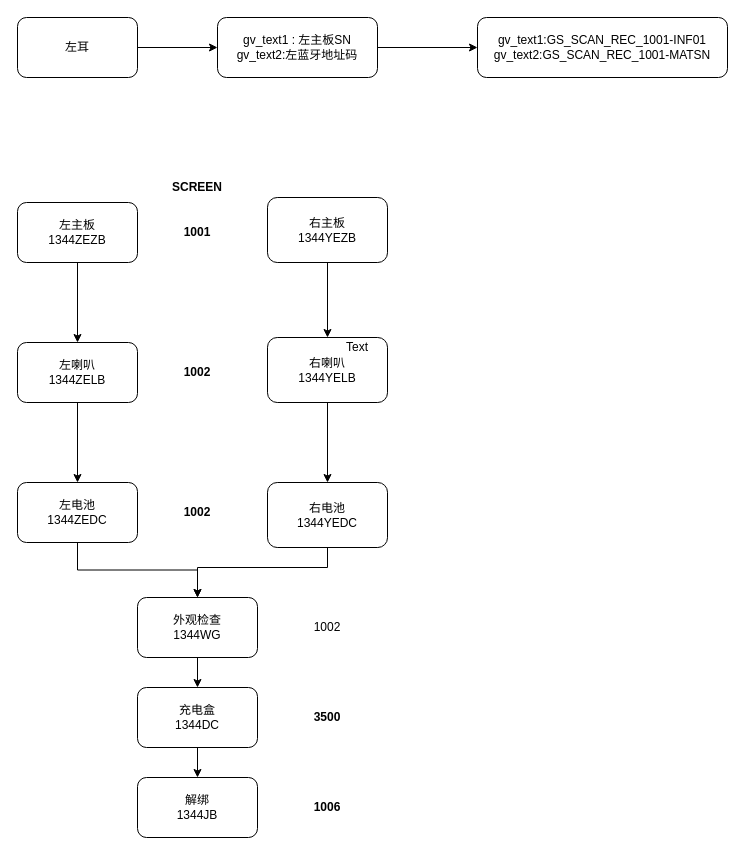
Earlier version of the draw.io diagram 1344.drawio (jax-pzh/abap_test). Source tidied: cells renumbered, new cells numbered last; positions are measured from the earlier drawing's top-left corner, leaving out a move shared by most shapes. Both pictures are drawn from the tidied source at 100%, with x=0, y=0 at pixel (17, 17).
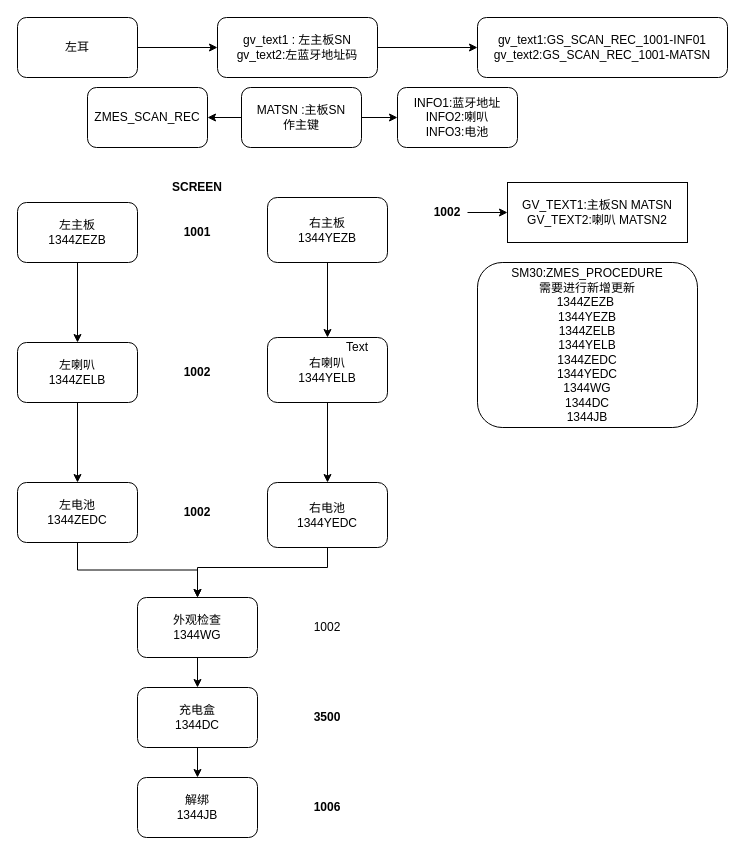
The same page after the edit.

Diff of the diagram source:
```diff
@@
+    <mxCell id="32" style="edgeStyle=orthogonalEdgeStyle;rounded=0;jettySize=auto;html=1;" parent="1" edge="1" source="33" target="34">
+      <mxGeometry relative="1" as="geometry" />
+    </mxCell>
+    <mxCell id="33" value="1002" style="text;html=1;strokeColor=none;fillColor=none;align=center;verticalAlign=middle;whiteSpace=wrap;rounded=0;fontStyle=1;" parent="1" vertex="1">
+      <mxGeometry x="410" y="185" width="40" height="20" as="geometry" />
+    </mxCell>
+    <mxCell id="34" value="GV_TEXT1:主板SN MATSN&lt;br&gt;GV_TEXT2:喇叭 MATSN2" style="whiteSpace=wrap;html=1;" parent="1" vertex="1">
+      <mxGeometry x="490" y="165" width="180" height="60" as="geometry" />
+    </mxCell>
+    <mxCell id="35" value="SM30:ZMES_PROCEDURE&lt;br&gt;需要进行新增更新&lt;br&gt;1344ZEZB&amp;nbsp;&lt;br&gt;1344YEZB&lt;br&gt;1344ZELB&lt;br&gt;1344YELB&lt;br&gt;1344ZEDC&lt;br&gt;1344YEDC&lt;br&gt;1344WG&lt;br&gt;1344DC&lt;br&gt;1344JB" style="rounded=1;whiteSpace=wrap;html=1;" parent="1" vertex="1">
+      <mxGeometry x="460" y="245" width="220" height="165" as="geometry" />
+    </mxCell>
+    <mxCell id="36" style="edgeStyle=orthogonalEdgeStyle;rounded=0;jettySize=auto;html=1;" parent="1" edge="1" source="38" target="39">
+      <mxGeometry relative="1" as="geometry" />
+    </mxCell>
+    <mxCell id="37" style="edgeStyle=orthogonalEdgeStyle;rounded=0;jettySize=auto;html=1;" parent="1" edge="1" source="38" target="40">
+      <mxGeometry relative="1" as="geometry" />
+    </mxCell>
+    <mxCell id="38" value="MATSN :主板SN&lt;br&gt;作主键" style="rounded=1;whiteSpace=wrap;html=1;" parent="1" vertex="1">
+      <mxGeometry x="224" y="70" width="120" height="60" as="geometry" />
+    </mxCell>
+    <mxCell id="39" value="INFO1:蓝牙地址&lt;br&gt;INFO2:喇叭&lt;br&gt;INFO3:电池" style="rounded=1;whiteSpace=wrap;html=1;" parent="1" vertex="1">
+      <mxGeometry x="380" y="70" width="120" height="60" as="geometry" />
+    </mxCell>
+    <mxCell id="40" value="ZMES_SCAN_REC" style="whiteSpace=wrap;html=1;rounded=1;" parent="1" vertex="1">
+      <mxGeometry x="70" y="70" width="120" height="60" as="geometry" />
+    </mxCell>
```
